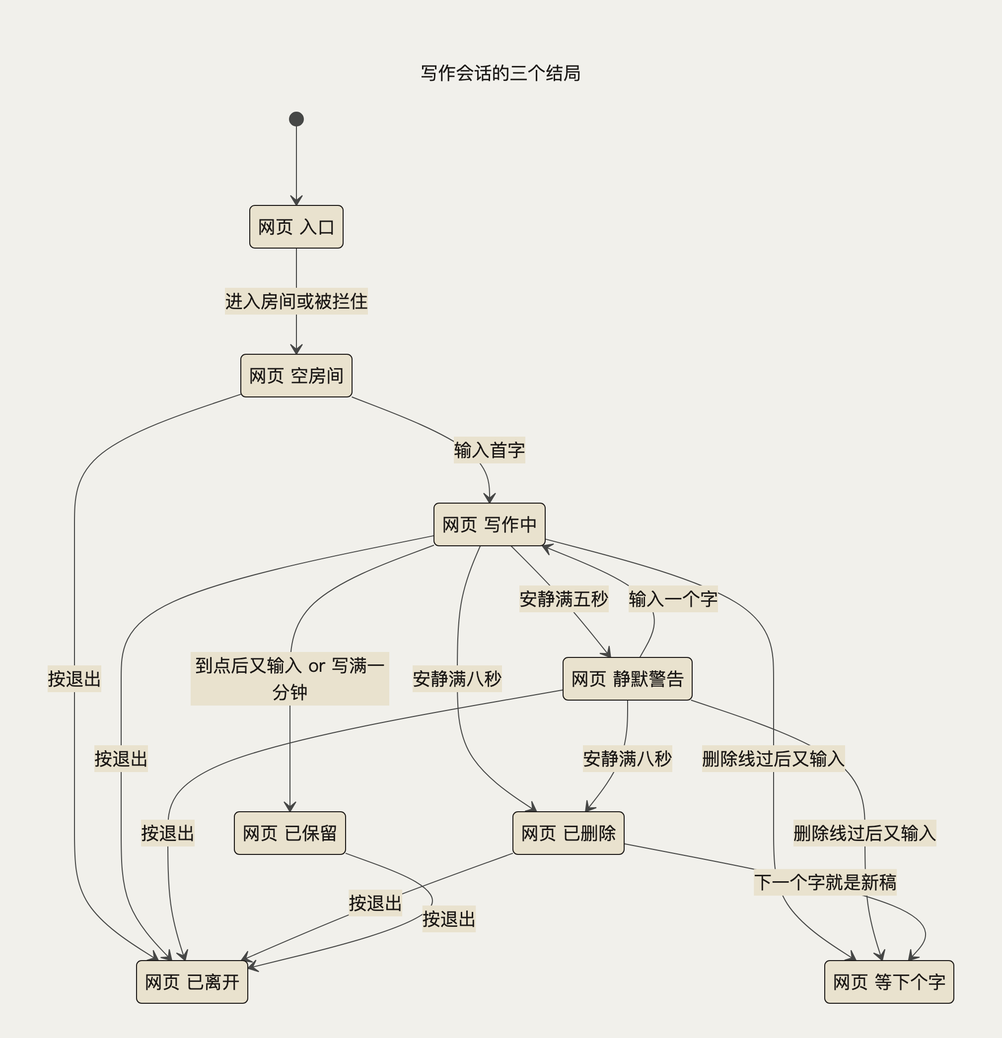
Before: .pi/skills/verify-writing-deadlines/chart.png, a diagram exported from Mermaid (ichts/zerodraft). Its source is kept beside it as .pi/skills/verify-writing-deadlines/chart.mmd.
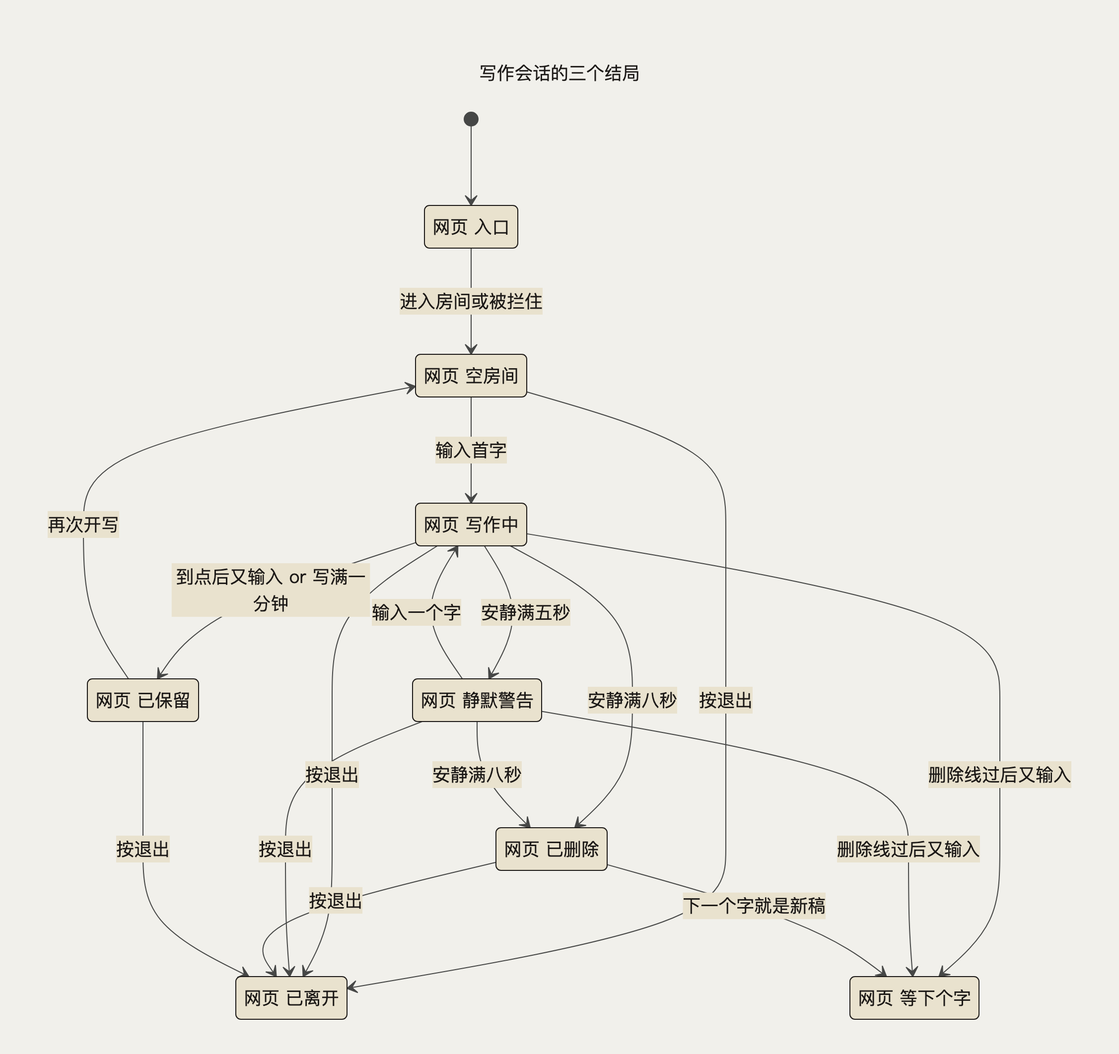
The same diagram one commit later.

Commit message:
no-mistakes(review): Chart kept room's way forward, assert fresh-draft receipt

The edit, as a diff of the source:
```diff
@@ -25,4 +25,5 @@
   s6 --> s2: 按退出
   s6 --> s4: 下一个字就是新稿
   s3 --> s7: 到点后又输入 or 写满一分钟
+  s7 --> s1: 再次开写
   s7 --> s2: 按退出
```
